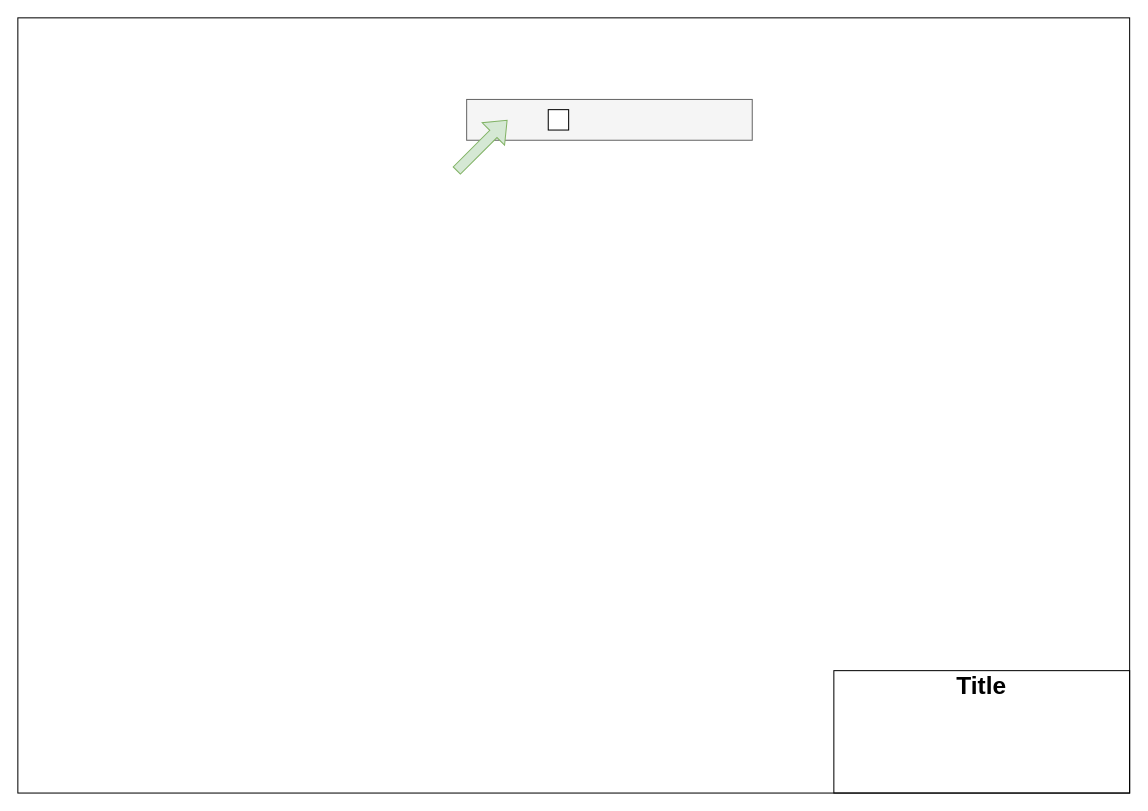
Before: network diagram.drawio in der-saboteur/nwdiagram, a draw.io diagram. Source tidied: cells renumbered, new cells numbered last; positions are measured from the earlier drawing's top-left corner, leaving out a move shared by most shapes. Both pictures are drawn from the tidied source at 102%, with x=0, y=0 at pixel (17, 17).
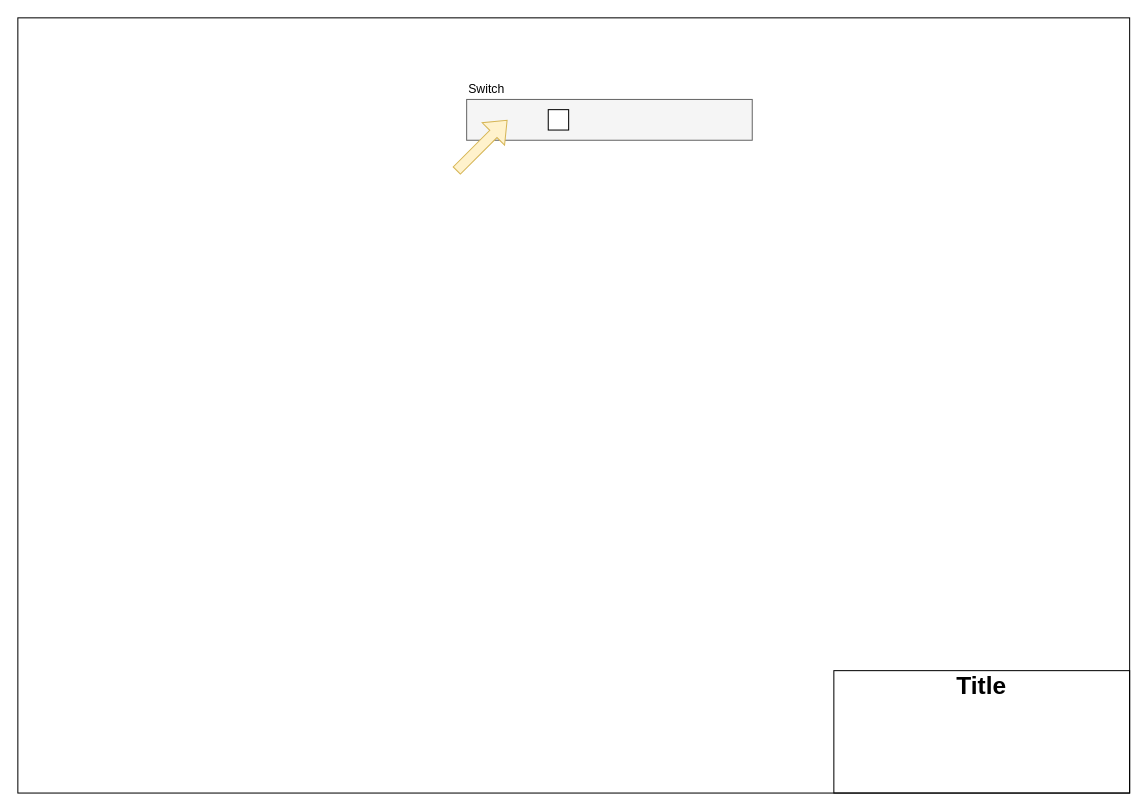
After the change.

Change to the diagram source:
```diff
@@
 <mxGraphModel>
   <root>
     <mxCell id="0" />
     <mxCell id="1" parent="0" />
     <mxCell id="2" style="rounded=0;whiteSpace=wrap;html=1;fillColor=none;" parent="1" vertex="1">
       <mxGeometry width="1090" height="760" as="geometry" />
     </mxCell>
     <mxCell id="3" style="rounded=0;whiteSpace=wrap;html=1;fillColor=none;" parent="1" vertex="1">
       <mxGeometry x="800" y="640" width="290" height="120" as="geometry" />
     </mxCell>
     <mxCell id="4" value="&lt;div&gt;&lt;h1&gt;Title&lt;/h1&gt;&lt;/div&gt;" style="text;html=1;strokeColor=none;fillColor=none;align=center;verticalAlign=middle;whiteSpace=wrap;rounded=0;" parent="1" vertex="1">
       <mxGeometry x="800" y="640" width="290" height="30" as="geometry" />
     </mxCell>
     <mxCell id="5" parent="0" />
     <mxCell id="6" style="rounded=0;whiteSpace=wrap;html=1;fillColor=#f5f5f5;fontColor=#333333;strokeColor=#666666;" parent="5" vertex="1">
       <mxGeometry x="440" y="80" width="280" height="40" as="geometry" />
     </mxCell>
-    <mxCell id="7" style="shape=flexArrow;endArrow=classic;html=1;rounded=0;fillColor=#d5e8d4;strokeColor=#82b366;" parent="5" edge="1">
+    <mxCell id="7" style="shape=flexArrow;endArrow=classic;html=1;rounded=0;fillColor=#fff2cc;strokeColor=#d6b656;" parent="5" edge="1">
       <mxGeometry relative="1" as="geometry">
         <mxPoint x="430" y="150" as="sourcePoint" />
         <mxPoint x="480" y="100" as="targetPoint" />
       </mxGeometry>
     </mxCell>
     <mxCell id="8" style="rounded=0;whiteSpace=wrap;html=1;" parent="5" vertex="1">
       <mxGeometry x="520" y="90" width="20" height="20" as="geometry" />
     </mxCell>
+    <mxCell id="9" value="Switch" style="text;html=1;strokeColor=none;fillColor=none;align=left;verticalAlign=middle;whiteSpace=wrap;rounded=0;" parent="5" vertex="1">
+      <mxGeometry x="440" y="60" width="170" height="20" as="geometry" />
+    </mxCell>
   </root>
 </mxGraphModel>
```
